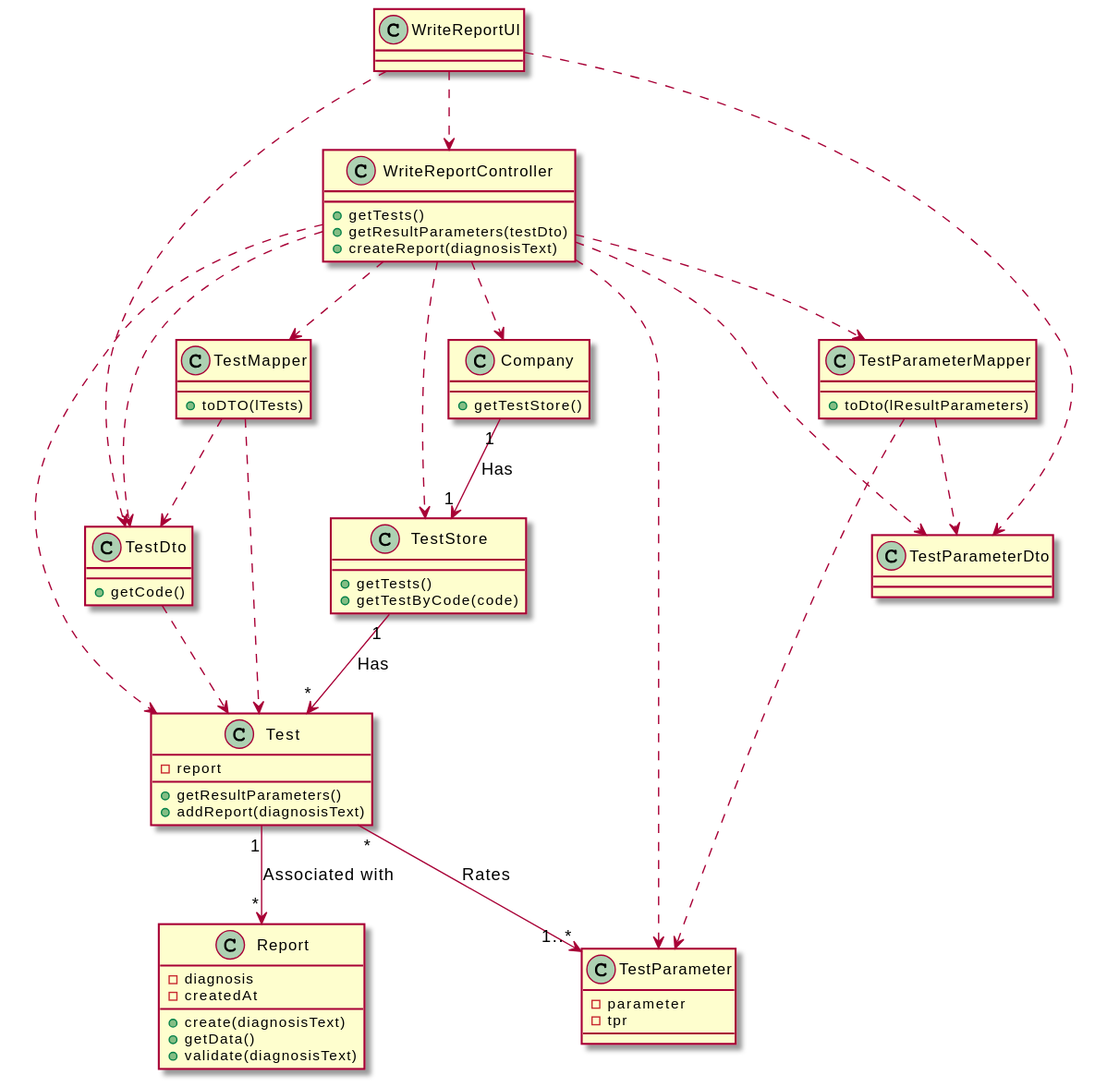
This is docs/SprintC/US14_MakeDiagnosisWriteReport/US014_CD.svg from Pedromaia26/LAPR2-ISEP, a PlantUML export, as it was before one commit. Its diagram source:
```plantuml
@startuml
WriteReportUI ..> WriteReportController
WriteReportUI ..> TestDto
WriteReportUI ..> TestParameterDto
WriteReportController..>Company
WriteReportController..>TestParameterMapper
WriteReportController..>TestParameter
WriteReportController..>Test
WriteReportController..>TestDto
WriteReportController..>TestMapper
WriteReportController..>TestStore
WriteReportController..>TestParameterDto

WriteReportController : +getTests()
WriteReportController : +getResultParameters(testDto)
WriteReportController : +createReport(diagnosisText)

Company : +getTestStore()
Company"1" --> "1"TestStore: Has

TestStore : +getTests()
TestStore : +getTestByCode(code)
TestStore"1" --> "*"Test: Has

TestMapper : +toDTO(lTests)
TestMapper..>Test
TestMapper..>TestDto

TestDto : +getCode()

Test : +getResultParameters()
Test : +addReport(diagnosisText)
Test : -report

Test"1" --> "*"Report : Associated with
Test"*" --> "1..*"TestParameter: Rates

TestParameterMapper : +toDto(lResultParameters)
TestParameterMapper..>TestParameter
TestParameterMapper..>TestParameterDto

TestParameter : -parameter
TestParameter : -tpr

TestDto..>Test

Report : +create(diagnosisText)
Report : +getData()
Report : +validate(diagnosisText)
Report : -diagnosis
Report : -createdAt
@enduml
```
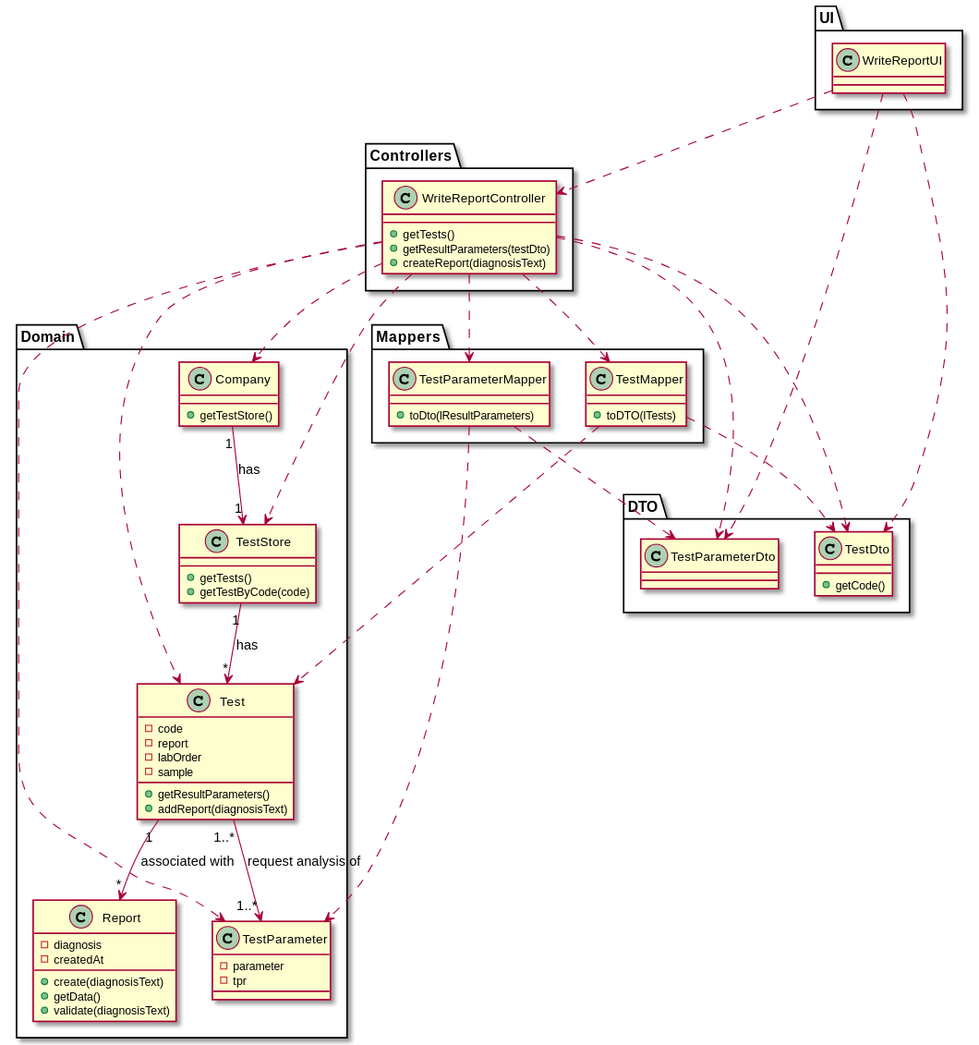
After the commit.

Change to the diagram source:
```diff
@@ -1,4 +1,26 @@
 @startuml
+package UI{
+    Class WriteReportUI
+}
+package Controllers{
+    Class WriteReportController
+}
+package Domain{
+    Class Company
+    Class Test
+    Class TestStore
+    Class Report
+    Class TestParameter
+}
+package DTO{
+    Class TestDto
+    Class TestParameterDto
+    Class TestParameterDto
+}
+package Mappers{
+    Class TestParameterMapper
+    Class TestMapper
+}
 WriteReportUI ..> WriteReportController
 WriteReportUI ..> TestDto
 WriteReportUI ..> TestParameterDto
@@ -16,11 +38,11 @@
 WriteReportController : +createReport(diagnosisText)
 
 Company : +getTestStore()
-Company"1" --> "1"TestStore: Has
+Company"1" --> "1"TestStore: has
 
 TestStore : +getTests()
 TestStore : +getTestByCode(code)
-TestStore"1" --> "*"Test: Has
+TestStore"1" --> "*"Test: has
 
 TestMapper : +toDTO(lTests)
 TestMapper..>Test
@@ -30,10 +52,13 @@
 
 Test : +getResultParameters()
 Test : +addReport(diagnosisText)
+Test : -code
 Test : -report
+Test : -labOrder
+Test : -sample
 
-Test"1" --> "*"Report : Associated with
-Test"*" --> "1..*"TestParameter: Rates
+Test"1" --> "*"Report : associated with
+Test"1..*" --> "1..*"TestParameter: request analysis of
 
 TestParameterMapper : +toDto(lResultParameters)
 TestParameterMapper..>TestParameter
@@ -42,8 +67,6 @@
 TestParameter : -parameter
 TestParameter : -tpr
 
-TestDto..>Test
-
 Report : +create(diagnosisText)
 Report : +getData()
 Report : +validate(diagnosisText)
```
